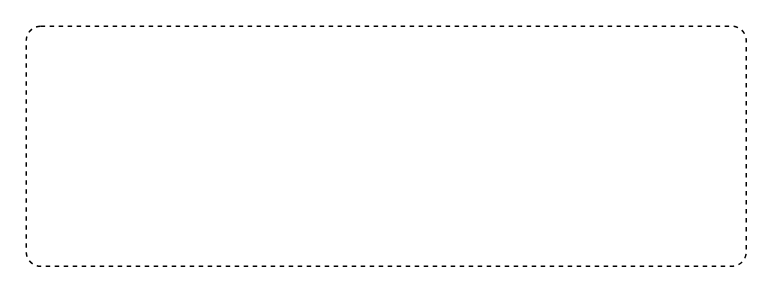
Before: drawio/并发编程/线程.drawio in hezhuma/image-repo, a draw.io diagram. Source tidied: cells renumbered, new cells numbered last; positions are measured from the earlier drawing's top-left corner, leaving out a move shared by most shapes. Both pictures are drawn from the tidied source at 150%, with x=0, y=0 at pixel (26, 26).
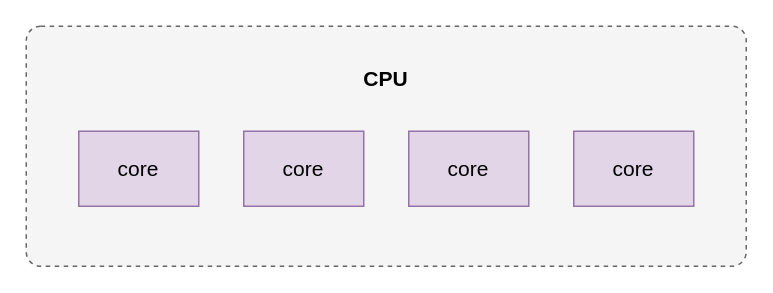
The same diagram, later.

Change to the diagram source:
```diff
@@
 <mxGraphModel>
   <root>
     <mxCell id="0" />
     <mxCell id="1" parent="0" />
-    <mxCell id="2" style="rounded=1;whiteSpace=wrap;html=1;dashed=1;arcSize=6;" parent="1" vertex="1">
+    <mxCell id="2" style="rounded=1;whiteSpace=wrap;html=1;dashed=1;arcSize=6;fillColor=#f5f5f5;fontColor=#333333;strokeColor=#666666;" parent="1" vertex="1">
       <mxGeometry width="480" height="160" as="geometry" />
     </mxCell>
+    <mxCell id="3" value="&lt;font style=&quot;font-size: 14px;&quot;&gt;core&lt;/font&gt;" style="rounded=0;whiteSpace=wrap;html=1;fillColor=#e1d5e7;strokeColor=#9673a6;" parent="1" vertex="1">
+      <mxGeometry x="35" y="70" width="80" height="50" as="geometry" />
+    </mxCell>
+    <mxCell id="4" value="&lt;font style=&quot;font-size: 14px;&quot;&gt;core&lt;/font&gt;" style="rounded=0;whiteSpace=wrap;html=1;fillColor=#e1d5e7;strokeColor=#9673a6;" parent="1" vertex="1">
+      <mxGeometry x="145" y="70" width="80" height="50" as="geometry" />
+    </mxCell>
+    <mxCell id="5" value="&lt;font style=&quot;font-size: 14px;&quot;&gt;core&lt;/font&gt;" style="rounded=0;whiteSpace=wrap;html=1;fillColor=#e1d5e7;strokeColor=#9673a6;" parent="1" vertex="1">
+      <mxGeometry x="255" y="70" width="80" height="50" as="geometry" />
+    </mxCell>
+    <mxCell id="6" value="&lt;font style=&quot;font-size: 14px;&quot;&gt;core&lt;/font&gt;" style="rounded=0;whiteSpace=wrap;html=1;fillColor=#e1d5e7;strokeColor=#9673a6;" parent="1" vertex="1">
+      <mxGeometry x="365" y="70" width="80" height="50" as="geometry" />
+    </mxCell>
+    <mxCell id="7" value="CPU" style="text;html=1;strokeColor=none;fillColor=none;align=center;verticalAlign=middle;whiteSpace=wrap;rounded=0;fontSize=14;fontStyle=1;" parent="1" vertex="1">
+      <mxGeometry x="210" y="20" width="60" height="30" as="geometry" />
+    </mxCell>
   </root>
 </mxGraphModel>
```
